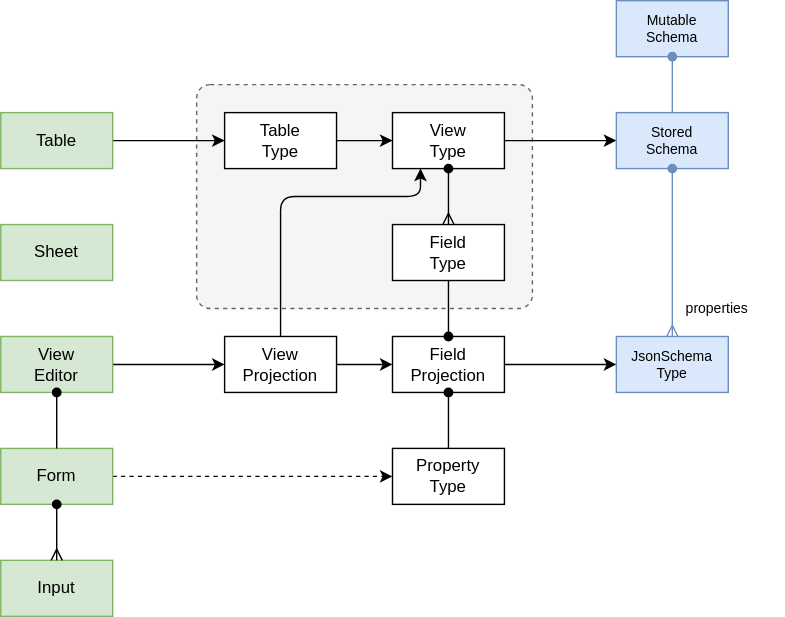
The draw.io diagram packages/sdk/schema/docs/schema.drawio.svg in dxos/dxos, before a commit. Source tidied: cells renumbered, new cells last; positions are measured from the earlier drawing's top-left corner, leaving out a move shared by most shapes.
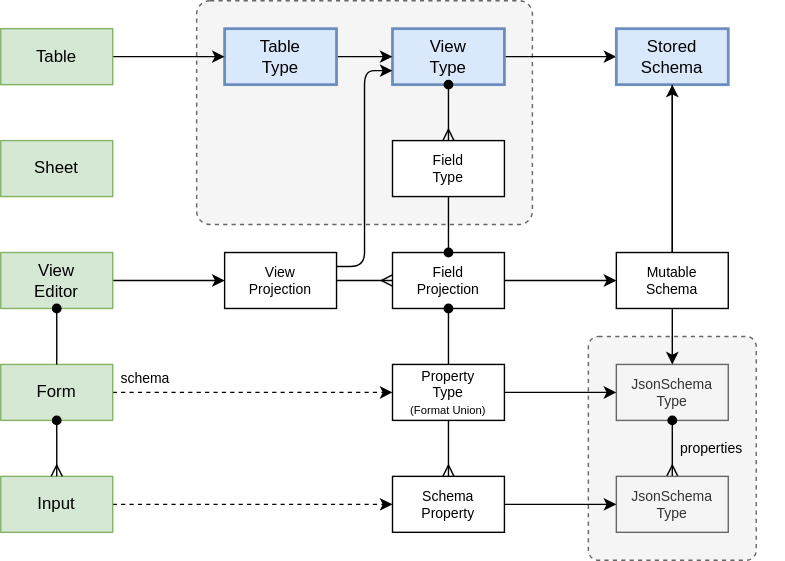
After the change.

What changed in the source:
```diff
@@ -2,25 +2,28 @@
   <root>
     <mxCell id="0" />
     <mxCell id="1" parent="0" />
+    <mxCell id="33" style="rounded=1;whiteSpace=wrap;html=1;dashed=1;glass=0;perimeterSpacing=0;strokeColor=#666666;shadow=0;fillColor=#f5f5f5;fontColor=#333333;arcSize=6;" parent="1" vertex="1">
+      <mxGeometry x="420" y="300" width="120" height="160" as="geometry" />
+    </mxCell>
     <mxCell id="2" style="rounded=1;whiteSpace=wrap;html=1;dashed=1;glass=0;perimeterSpacing=0;strokeColor=#666666;shadow=0;fillColor=#f5f5f5;fontColor=#333333;arcSize=6;" parent="1" vertex="1">
       <mxGeometry x="140" y="60" width="240" height="160" as="geometry" />
     </mxCell>
-    <mxCell id="3" value="JsonSchema&lt;br style=&quot;font-size: 10px;&quot;&gt;Type" style="rounded=0;whiteSpace=wrap;html=1;fontSize=10;fillColor=#dae8fc;strokeColor=#6c8ebf;" parent="1" vertex="1">
-      <mxGeometry x="440" y="240" width="80" height="40" as="geometry" />
+    <mxCell id="3" value="JsonSchema&lt;br style=&quot;font-size: 10px;&quot;&gt;Type" style="rounded=0;whiteSpace=wrap;html=1;fontSize=10;fillColor=#f5f5f5;strokeColor=#666666;fontColor=#333333;" parent="1" vertex="1">
+      <mxGeometry x="440" y="320" width="80" height="40" as="geometry" />
     </mxCell>
     <mxCell id="4" style="edgeStyle=none;html=1;exitX=1;exitY=0.5;exitDx=0;exitDy=0;" parent="1" edge="1" source="5" target="8">
       <mxGeometry relative="1" as="geometry" />
     </mxCell>
-    <mxCell id="5" value="View&lt;br&gt;Type" style="rounded=0;whiteSpace=wrap;html=1;" parent="1" vertex="1">
+    <mxCell id="5" value="View&lt;br&gt;Type" style="rounded=0;whiteSpace=wrap;html=1;strokeWidth=2;fillColor=#dae8fc;strokeColor=#6c8ebf;" parent="1" vertex="1">
       <mxGeometry x="280" y="80" width="80" height="40" as="geometry" />
     </mxCell>
     <mxCell id="6" style="edgeStyle=none;html=1;exitX=1;exitY=0.5;exitDx=0;exitDy=0;" parent="1" edge="1" source="7" target="5">
       <mxGeometry relative="1" as="geometry" />
     </mxCell>
-    <mxCell id="7" value="Table&lt;br&gt;Type" style="rounded=0;whiteSpace=wrap;html=1;" parent="1" vertex="1">
+    <mxCell id="7" value="Table&lt;br&gt;Type" style="rounded=0;whiteSpace=wrap;html=1;strokeWidth=2;fillColor=#dae8fc;strokeColor=#6c8ebf;" parent="1" vertex="1">
       <mxGeometry x="160" y="80" width="80" height="40" as="geometry" />
     </mxCell>
-    <mxCell id="8" value="Stored&lt;br style=&quot;font-size: 10px;&quot;&gt;Schema" style="rounded=0;whiteSpace=wrap;html=1;fontSize=10;fillColor=#dae8fc;strokeColor=#6c8ebf;" parent="1" vertex="1">
+    <mxCell id="8" value="Stored&lt;br style=&quot;font-size: 12px;&quot;&gt;Schema" style="rounded=0;whiteSpace=wrap;html=1;fontSize=12;fillColor=#dae8fc;strokeColor=#6c8ebf;strokeWidth=2;" parent="1" vertex="1">
       <mxGeometry x="440" y="80" width="80" height="40" as="geometry" />
     </mxCell>
     <mxCell id="9" style="edgeStyle=none;html=1;exitX=1;exitY=0.5;exitDx=0;exitDy=0;strokeColor=#000000;fontSize=10;startArrow=none;startFill=0;endArrow=classic;endFill=1;dashed=1;" parent="1" edge="1" source="10" target="13">
@@ -35,30 +38,36 @@
     <mxCell id="12" value="View&lt;br&gt;Editor" style="rounded=0;whiteSpace=wrap;html=1;fillColor=#d5e8d4;strokeColor=#82b366;" parent="1" vertex="1">
       <mxGeometry y="240" width="80" height="40" as="geometry" />
     </mxCell>
+    <mxCell id="34" style="edgeStyle=none;html=1;exitX=1;exitY=0.5;exitDx=0;exitDy=0;strokeColor=#000000;fontSize=8;startArrow=none;startFill=0;" parent="1" edge="1" source="13" target="3">
+      <mxGeometry relative="1" as="geometry" />
+    </mxCell>
+    <mxCell id="35" style="edgeStyle=none;html=1;exitX=0.5;exitY=1;exitDx=0;exitDy=0;strokeColor=#000000;fontSize=8;startArrow=none;startFill=0;endArrow=ERmany;endFill=0;" parent="1" edge="1" source="13" target="41">
+      <mxGeometry relative="1" as="geometry" />
+    </mxCell>
-    <mxCell id="13" value="Property&lt;br style=&quot;font-size: 12px;&quot;&gt;Type" style="rounded=0;whiteSpace=wrap;html=1;fontSize=12;" parent="1" vertex="1">
+    <mxCell id="13" value="Property&lt;br style=&quot;font-size: 10px;&quot;&gt;Type&lt;br&gt;&lt;font style=&quot;font-size: 8px;&quot;&gt;(Format Union)&lt;/font&gt;" style="rounded=0;whiteSpace=wrap;html=1;fontSize=10;" parent="1" vertex="1">
       <mxGeometry x="280" y="320" width="80" height="40" as="geometry" />
     </mxCell>
-    <mxCell id="14" style="edgeStyle=none;html=1;exitX=1;exitY=0.5;exitDx=0;exitDy=0;fontSize=10;startArrow=none;startFill=0;endArrow=classic;endFill=1;" parent="1" edge="1" source="16" target="19">
+    <mxCell id="14" style="edgeStyle=none;html=1;exitX=1;exitY=0.5;exitDx=0;exitDy=0;fontSize=10;startArrow=none;startFill=0;endArrow=ERmany;endFill=0;" parent="1" edge="1" source="16" target="19">
       <mxGeometry relative="1" as="geometry" />
     </mxCell>
-    <mxCell id="15" style="edgeStyle=none;html=1;exitX=0.5;exitY=0;exitDx=0;exitDy=0;entryX=0.25;entryY=1;entryDx=0;entryDy=0;strokeColor=#000000;fontSize=10;startArrow=none;startFill=0;endArrow=classic;endFill=1;rounded=1;jumpSize=0;" parent="1" edge="1" source="16" target="5">
+    <mxCell id="15" style="edgeStyle=none;html=1;exitX=1;exitY=0.25;exitDx=0;exitDy=0;entryX=0;entryY=0.75;entryDx=0;entryDy=0;strokeColor=#000000;fontSize=10;startArrow=none;startFill=0;endArrow=classic;endFill=1;rounded=1;jumpSize=0;" parent="1" edge="1" source="16" target="5">
       <mxGeometry relative="1" as="geometry">
         <Array as="points">
-          <mxPoint x="200" y="140" />
-          <mxPoint x="300" y="140" />
+          <mxPoint x="260" y="250" />
+          <mxPoint x="260" y="110" />
         </Array>
       </mxGeometry>
     </mxCell>
-    <mxCell id="16" value="View&lt;br&gt;Projection" style="rounded=0;whiteSpace=wrap;html=1;" parent="1" vertex="1">
+    <mxCell id="16" value="View&lt;br style=&quot;font-size: 10px;&quot;&gt;Projection" style="rounded=0;whiteSpace=wrap;html=1;fontSize=10;" parent="1" vertex="1">
       <mxGeometry x="160" y="240" width="80" height="40" as="geometry" />
     </mxCell>
-    <mxCell id="17" value="Field&lt;br&gt;Type" style="rounded=0;whiteSpace=wrap;html=1;" parent="1" vertex="1">
+    <mxCell id="17" value="Field&lt;br style=&quot;font-size: 10px;&quot;&gt;Type" style="rounded=0;whiteSpace=wrap;html=1;fontSize=10;" parent="1" vertex="1">
       <mxGeometry x="280" y="160" width="80" height="40" as="geometry" />
     </mxCell>
-    <mxCell id="18" style="edgeStyle=none;html=1;exitX=1;exitY=0.5;exitDx=0;exitDy=0;fontSize=12;startArrow=none;startFill=0;endArrow=classic;endFill=1;" parent="1" edge="1" source="19" target="3">
+    <mxCell id="18" style="edgeStyle=none;html=1;fontSize=12;startArrow=none;startFill=0;endArrow=classic;endFill=1;" parent="1" edge="1" source="19" target="26">
       <mxGeometry relative="1" as="geometry" />
     </mxCell>
-    <mxCell id="19" value="Field&lt;br&gt;Projection" style="rounded=0;whiteSpace=wrap;html=1;" parent="1" vertex="1">
+    <mxCell id="19" value="Field&lt;br style=&quot;font-size: 10px;&quot;&gt;Projection" style="rounded=0;whiteSpace=wrap;html=1;fontSize=10;" parent="1" vertex="1">
       <mxGeometry x="280" y="240" width="80" height="40" as="geometry" />
     </mxCell>
     <mxCell id="20" style="edgeStyle=none;html=1;exitX=1;exitY=0.5;exitDx=0;exitDy=0;fontSize=10;startArrow=none;startFill=0;endArrow=classic;endFill=1;" parent="1" edge="1" source="21" target="7">
@@ -76,18 +85,27 @@
     <mxCell id="24" style="edgeStyle=none;html=1;exitX=0.5;exitY=1;exitDx=0;exitDy=0;fontSize=12;startArrow=oval;startFill=1;endArrow=none;endFill=0;" parent="1" edge="1" source="19" target="13">
       <mxGeometry relative="1" as="geometry" />
     </mxCell>
-    <mxCell id="25" value="properties" style="text;html=1;strokeColor=none;fillColor=none;align=left;verticalAlign=middle;whiteSpace=wrap;rounded=0;fontSize=10;spacingLeft=8;spacingRight=8;" parent="1" vertex="1">
-      <mxGeometry x="480" y="210" width="80" height="20" as="geometry" />
+    <mxCell id="25" value="properties" style="text;html=1;strokeColor=none;fillColor=none;align=left;verticalAlign=middle;whiteSpace=wrap;rounded=0;fontSize=10;spacingLeft=4;spacingRight=8;" parent="1" vertex="1">
+      <mxGeometry x="480" y="370" width="80" height="20" as="geometry" />
     </mxCell>
+    <mxCell id="36" style="edgeStyle=none;html=1;strokeColor=#000000;fontSize=10;" parent="1" edge="1" source="26" target="8">
+      <mxGeometry relative="1" as="geometry" />
+    </mxCell>
+    <mxCell id="37" style="edgeStyle=none;html=1;exitX=0.5;exitY=1;exitDx=0;exitDy=0;entryX=0.5;entryY=0;entryDx=0;entryDy=0;strokeColor=#000000;fontSize=10;" parent="1" edge="1" source="26" target="3">
+      <mxGeometry relative="1" as="geometry" />
+    </mxCell>
-    <mxCell id="26" value="Mutable&lt;br style=&quot;font-size: 10px;&quot;&gt;Schema" style="rounded=0;whiteSpace=wrap;html=1;fillColor=#dae8fc;strokeColor=#6c8ebf;fontSize=10;" parent="1" vertex="1">
-      <mxGeometry x="440" width="80" height="40" as="geometry" />
+    <mxCell id="26" value="Mutable&lt;br style=&quot;font-size: 10px;&quot;&gt;Schema" style="rounded=0;whiteSpace=wrap;html=1;fontSize=10;" parent="1" vertex="1">
+      <mxGeometry x="440" y="240" width="80" height="40" as="geometry" />
     </mxCell>
-    <mxCell id="27" style="edgeStyle=none;html=1;exitX=0.5;exitY=1;exitDx=0;exitDy=0;fillColor=#dae8fc;strokeColor=#6c8ebf;endArrow=ERmany;endFill=0;startArrow=oval;startFill=1;" parent="1" edge="1" source="8" target="3">
+    <mxCell id="27" style="edgeStyle=none;html=1;fillColor=#dae8fc;strokeColor=#000000;endArrow=ERmany;endFill=0;startArrow=oval;startFill=1;" parent="1" edge="1" source="3" target="39">
       <mxGeometry relative="1" as="geometry" />
     </mxCell>
-    <mxCell id="28" style="edgeStyle=none;html=1;exitX=0.5;exitY=1;exitDx=0;exitDy=0;entryX=0.5;entryY=0;entryDx=0;entryDy=0;fontSize=10;startArrow=oval;startFill=1;endArrow=none;endFill=0;strokeColor=#6c8ebf;fillColor=#dae8fc;" parent="1" edge="1" source="26" target="8">
+    <mxCell id="28" style="edgeStyle=none;html=1;fontSize=10;startArrow=none;startFill=0;endArrow=none;endFill=0;strokeColor=#000000;fillColor=#dae8fc;" parent="1" edge="1" source="26" target="8">
       <mxGeometry relative="1" as="geometry" />
     </mxCell>
+    <mxCell id="38" style="edgeStyle=none;html=1;exitX=1;exitY=0.5;exitDx=0;exitDy=0;strokeColor=#000000;fontSize=8;startArrow=none;startFill=0;endArrow=classic;endFill=1;dashed=1;" parent="1" edge="1" source="29" target="41">
+      <mxGeometry relative="1" as="geometry" />
+    </mxCell>
     <mxCell id="29" value="Input" style="rounded=0;whiteSpace=wrap;html=1;fillColor=#d5e8d4;strokeColor=#82b366;" parent="1" vertex="1">
       <mxGeometry y="400" width="80" height="40" as="geometry" />
     </mxCell>
@@ -100,5 +118,17 @@
     <mxCell id="32" value="Sheet" style="rounded=0;whiteSpace=wrap;html=1;fillColor=#d5e8d4;strokeColor=#82b366;" parent="1" vertex="1">
       <mxGeometry y="160" width="80" height="40" as="geometry" />
     </mxCell>
+    <mxCell id="39" value="JsonSchema&lt;br style=&quot;font-size: 10px;&quot;&gt;Type" style="rounded=0;whiteSpace=wrap;html=1;fontSize=10;fillColor=#f5f5f5;strokeColor=#666666;fontColor=#333333;" parent="1" vertex="1">
+      <mxGeometry x="440" y="400" width="80" height="40" as="geometry" />
+    </mxCell>
+    <mxCell id="40" style="edgeStyle=none;html=1;exitX=1;exitY=0.5;exitDx=0;exitDy=0;entryX=0;entryY=0.5;entryDx=0;entryDy=0;strokeColor=#000000;fontSize=8;startArrow=none;startFill=0;" parent="1" edge="1" source="41" target="39">
+      <mxGeometry relative="1" as="geometry" />
+    </mxCell>
+    <mxCell id="41" value="Schema&lt;br&gt;Property" style="rounded=0;whiteSpace=wrap;html=1;fontSize=10;" parent="1" vertex="1">
+      <mxGeometry x="280" y="400" width="80" height="40" as="geometry" />
+    </mxCell>
+    <mxCell id="42" value="schema" style="text;html=1;strokeColor=none;fillColor=none;align=left;verticalAlign=middle;whiteSpace=wrap;rounded=0;fontSize=10;spacingLeft=4;spacingRight=8;" parent="1" vertex="1">
+      <mxGeometry x="80" y="320" width="80" height="20" as="geometry" />
+    </mxCell>
   </root>
 </mxGraphModel>
```
